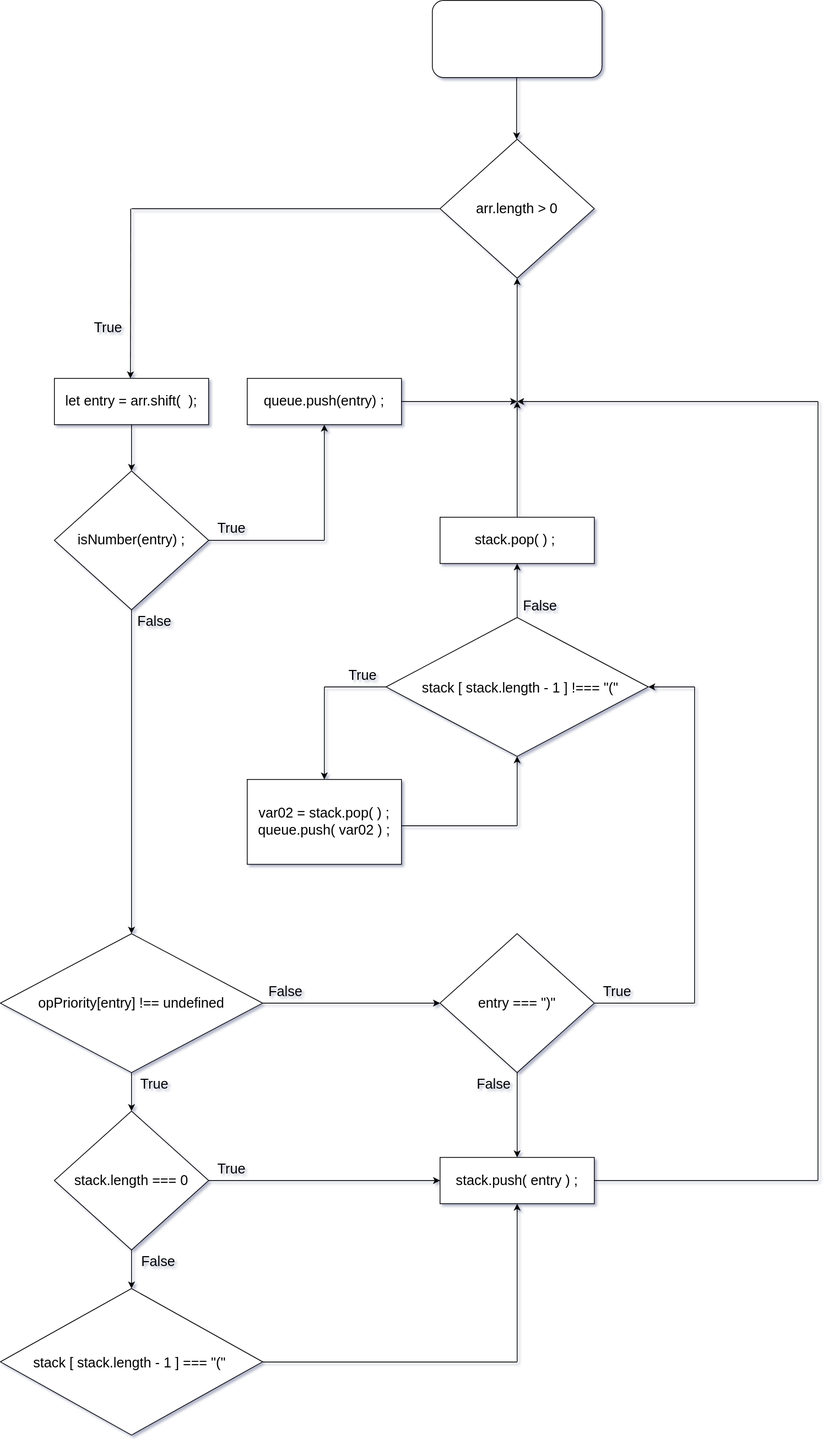
This is Untitled Diagram.drawio.svg from jcgm3205/jcgm3205, a draw.io export, as it was before one commit. Source tidied: cells renumbered, new cells last; positions are measured from the earlier drawing's top-left corner, leaving out a move shared by most shapes.
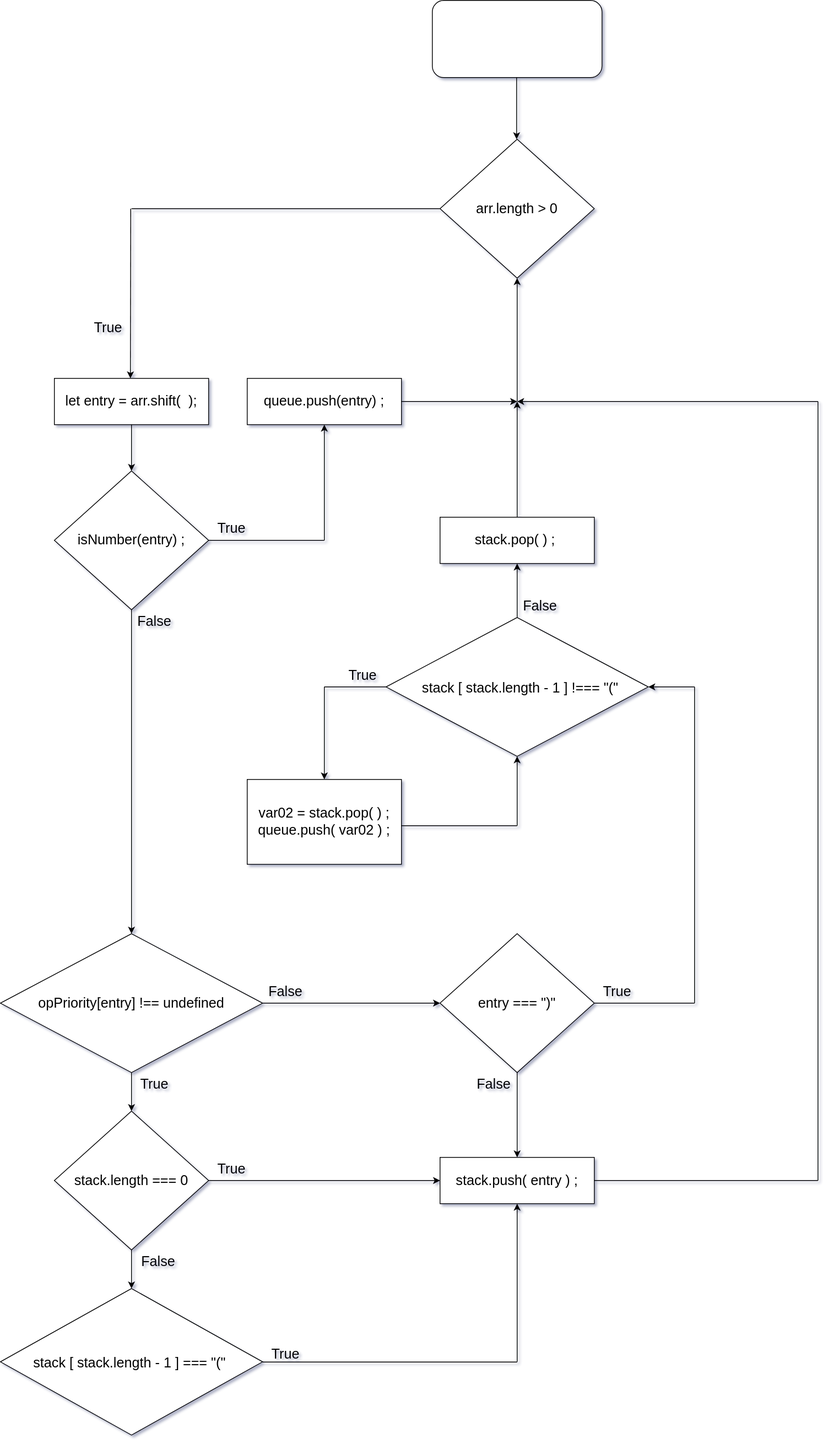
Later version of the same file.

Change to the diagram source:
```diff
@@ -257,5 +257,8 @@
         <mxPoint x="670" y="1765.3" as="targetPoint" />
       </mxGeometry>
     </mxCell>
+    <mxCell id="65" value="True" style="text;html=1;strokeColor=none;fillColor=none;align=center;verticalAlign=middle;whiteSpace=wrap;rounded=0;fontSize=18;" parent="1" vertex="1">
+      <mxGeometry x="340" y="1740" width="60" height="30" as="geometry" />
+    </mxCell>
   </root>
 </mxGraphModel>
```
